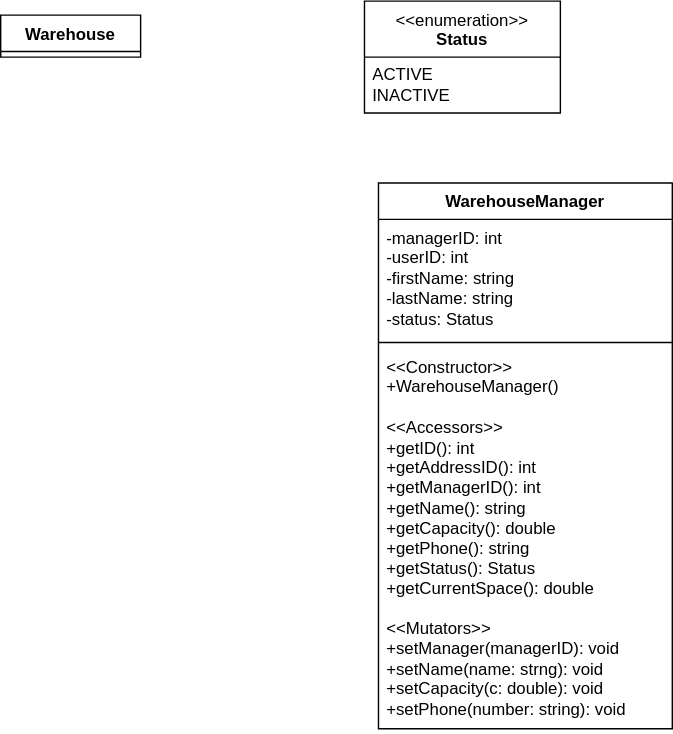
The draw.io diagram nsirh-classes.svg in Simamkele88/IFM3_GP, before a commit. Source tidied: cells renumbered, new cells last; positions are measured from the earlier drawing's top-left corner, leaving out a move shared by most shapes.
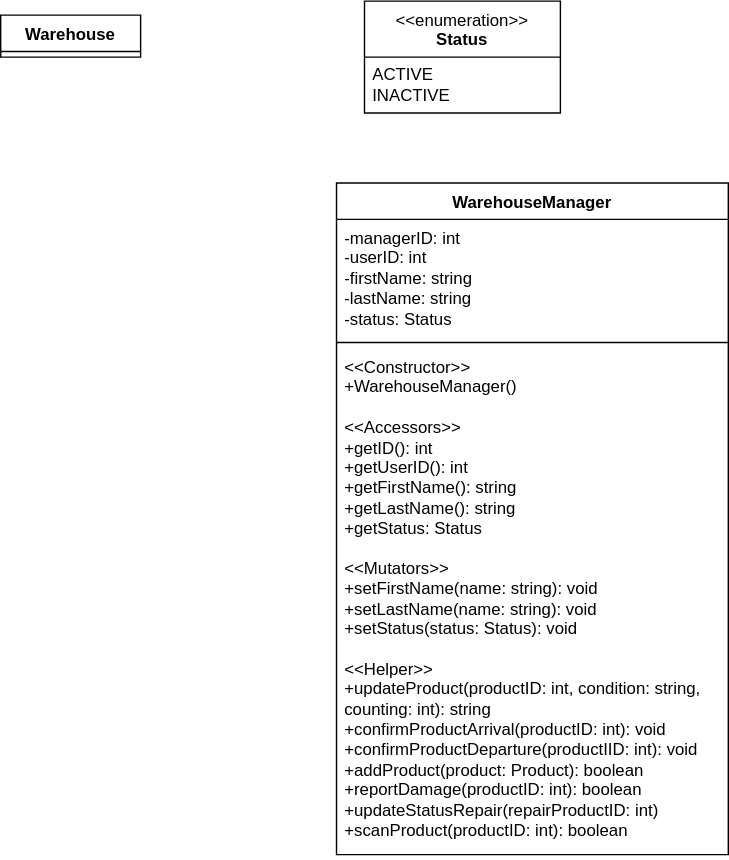
After the commit.

The edit, as a diff of the source:
```diff
@@ -12,16 +12,16 @@
       <mxGeometry y="40" width="140" height="40" as="geometry" />
     </mxCell>
     <mxCell id="5" value="WarehouseManager" style="swimlane;fontStyle=1;align=center;verticalAlign=top;horizontal=1;startSize=26;whiteSpace=wrap;html=1;" parent="1" vertex="1">
-      <mxGeometry x="270" y="130" width="210" height="390" as="geometry" />
+      <mxGeometry x="240" y="130" width="280" height="480" as="geometry" />
     </mxCell>
     <mxCell id="6" value="-managerID: int&lt;div&gt;-userID: int&lt;/div&gt;&lt;div&gt;-firstName: string&lt;/div&gt;&lt;div&gt;-lastName: string&lt;/div&gt;&lt;div&gt;-status: Status&lt;/div&gt;&lt;div&gt;&lt;br&gt;&lt;/div&gt;" style="text;strokeColor=none;fillColor=none;align=left;verticalAlign=top;spacingLeft=4;spacingRight=4;overflow=hidden;whiteSpace=wrap;html=1;" parent="5" vertex="1">
-      <mxGeometry y="26" width="210" height="84" as="geometry" />
+      <mxGeometry y="26" width="280" height="84" as="geometry" />
     </mxCell>
     <mxCell id="7" style="line;strokeWidth=1;fillColor=none;align=left;verticalAlign=middle;spacingTop=-1;spacingLeft=3;spacingRight=3;labelPosition=right;strokeColor=inherit;" parent="5" vertex="1">
-      <mxGeometry y="110" width="210" height="8" as="geometry" />
+      <mxGeometry y="110" width="280" height="8" as="geometry" />
     </mxCell>
-    <mxCell id="8" value="&amp;lt;&amp;lt;Constructor&amp;gt;&amp;gt;&lt;div&gt;+WarehouseManager()&lt;/div&gt;&lt;div&gt;&lt;br&gt;&lt;/div&gt;&lt;div&gt;&amp;lt;&amp;lt;Accessors&amp;gt;&amp;gt;&lt;/div&gt;&lt;div&gt;+getID(): int&lt;/div&gt;&lt;div&gt;+getAddressID(): int&lt;/div&gt;&lt;div&gt;+getManagerID(): int&lt;/div&gt;&lt;div&gt;+getName(): string&lt;/div&gt;&lt;div&gt;+getCapacity(): double&lt;/div&gt;&lt;div&gt;+getPhone(): string&lt;/div&gt;&lt;div&gt;+getStatus(): Status&lt;/div&gt;&lt;div&gt;+getCurrentSpace(): double&lt;/div&gt;&lt;div&gt;&lt;br&gt;&lt;/div&gt;&lt;div&gt;&amp;lt;&amp;lt;Mutators&amp;gt;&amp;gt;&lt;/div&gt;&lt;div&gt;+setManager(managerID): void&lt;/div&gt;&lt;div&gt;+setName(name: strng): void&lt;/div&gt;&lt;div&gt;+setCapacity(c: double): void&lt;/div&gt;&lt;div&gt;+setPhone(number: string): void&lt;/div&gt;&lt;div&gt;&lt;br&gt;&lt;/div&gt;" style="text;strokeColor=none;fillColor=none;align=left;verticalAlign=top;spacingLeft=4;spacingRight=4;overflow=hidden;whiteSpace=wrap;html=1;" parent="5" vertex="1">
-      <mxGeometry y="118" width="210" height="272" as="geometry" />
+    <mxCell id="8" value="&amp;lt;&amp;lt;Constructor&amp;gt;&amp;gt;&lt;div&gt;+WarehouseManager()&lt;/div&gt;&lt;div&gt;&lt;br&gt;&lt;/div&gt;&lt;div&gt;&amp;lt;&amp;lt;Accessors&amp;gt;&amp;gt;&lt;/div&gt;&lt;div&gt;+getID(): int&lt;/div&gt;&lt;div&gt;+getUserID(): int&lt;/div&gt;&lt;div&gt;+getFirstName(): string&lt;/div&gt;&lt;div&gt;+getLastName(): string&lt;/div&gt;&lt;div&gt;+getStatus: Status&lt;/div&gt;&lt;div&gt;&lt;br&gt;&lt;/div&gt;&lt;div&gt;&amp;lt;&amp;lt;Mutators&amp;gt;&amp;gt;&lt;/div&gt;&lt;div&gt;+setFirstName(name: string): void&lt;/div&gt;&lt;div&gt;+s&lt;span style=&quot;background-color: transparent; color: light-dark(rgb(0, 0, 0), rgb(255, 255, 255));&quot;&gt;etLastName(name: string): void&lt;/span&gt;&lt;/div&gt;&lt;div&gt;+setStatus(status: Status): void&lt;/div&gt;&lt;div&gt;&lt;br&gt;&lt;/div&gt;&lt;div&gt;&amp;lt;&amp;lt;Helper&amp;gt;&amp;gt;&lt;/div&gt;&lt;div&gt;+updateProduct(productID: int, condition: string, counting: int): string&lt;/div&gt;&lt;div&gt;+confirmProductArrival(productID: int): void&lt;/div&gt;&lt;div&gt;+confirmProductDeparture(productIID: int): void&lt;/div&gt;&lt;div&gt;+addProduct(product: Product): boolean&lt;/div&gt;&lt;div&gt;+reportDamage(productID: int): boolean&lt;/div&gt;&lt;div&gt;+updateStatusRepair(repairProductID: int)&lt;/div&gt;&lt;div&gt;+scanProduct(productID: int): boolean&lt;/div&gt;" style="text;strokeColor=none;fillColor=none;align=left;verticalAlign=top;spacingLeft=4;spacingRight=4;overflow=hidden;whiteSpace=wrap;html=1;" parent="5" vertex="1">
+      <mxGeometry y="118" width="280" height="362" as="geometry" />
     </mxCell>
   </root>
 </mxGraphModel>
```
